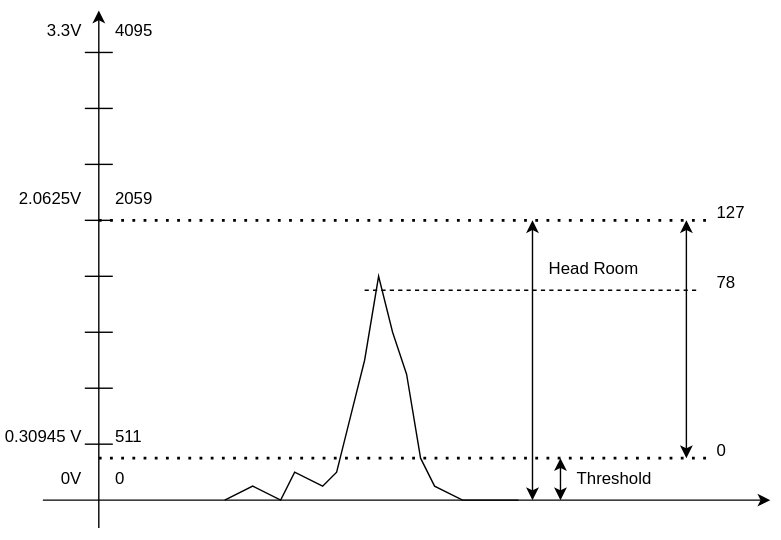
Before: images/velocity.drawio.svg, a diagram exported from draw.io (kamshory/ESP32DrumPad). Source tidied: cells renumbered, new cells last; positions are measured from the earlier drawing's top-left corner, leaving out a move shared by most shapes.
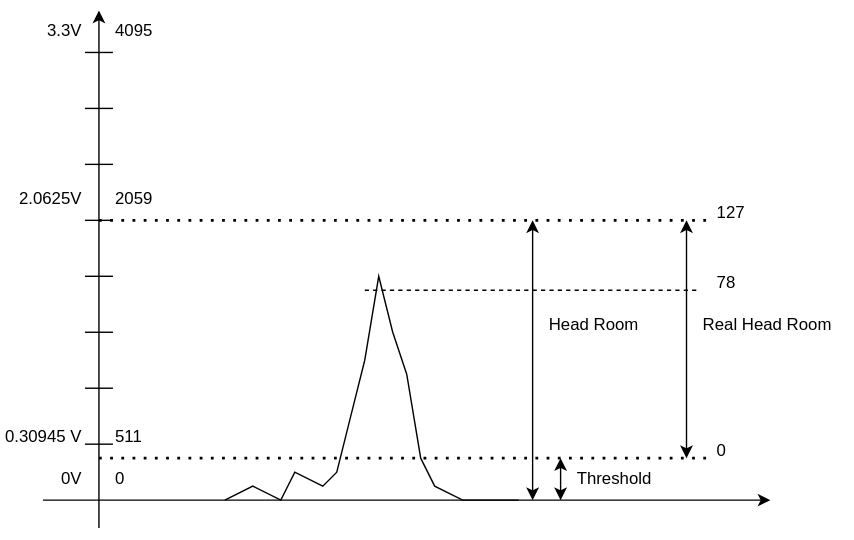
Later version of the same file.

Change to the diagram source:
```diff
@@ -60,7 +60,7 @@
       </mxGeometry>
     </mxCell>
     <mxCell id="11" value="&lt;div align=&quot;left&quot;&gt;Head Room&lt;/div&gt;" style="text;html=1;strokeColor=none;fillColor=none;align=left;verticalAlign=middle;whiteSpace=wrap;rounded=0;" parent="1" vertex="1">
-      <mxGeometry x="390" y="170" width="80" height="30" as="geometry" />
+      <mxGeometry x="390" y="210" width="80" height="30" as="geometry" />
     </mxCell>
     <mxCell id="12" value="Threshold" style="text;html=1;strokeColor=none;fillColor=none;align=left;verticalAlign=middle;whiteSpace=wrap;rounded=0;" parent="1" vertex="1">
       <mxGeometry x="410" y="320" width="80" height="30" as="geometry" />
@@ -156,5 +156,8 @@
     <mxCell id="31" value="78" style="text;html=1;strokeColor=none;fillColor=none;align=left;verticalAlign=middle;whiteSpace=wrap;rounded=0;" parent="1" vertex="1">
       <mxGeometry x="510" y="180" width="40" height="30" as="geometry" />
     </mxCell>
+    <mxCell id="32" value="Real Head Room" style="text;html=1;strokeColor=none;fillColor=none;align=left;verticalAlign=middle;whiteSpace=wrap;rounded=0;" parent="1" vertex="1">
+      <mxGeometry x="500" y="210" width="110" height="30" as="geometry" />
+    </mxCell>
   </root>
 </mxGraphModel>
```
